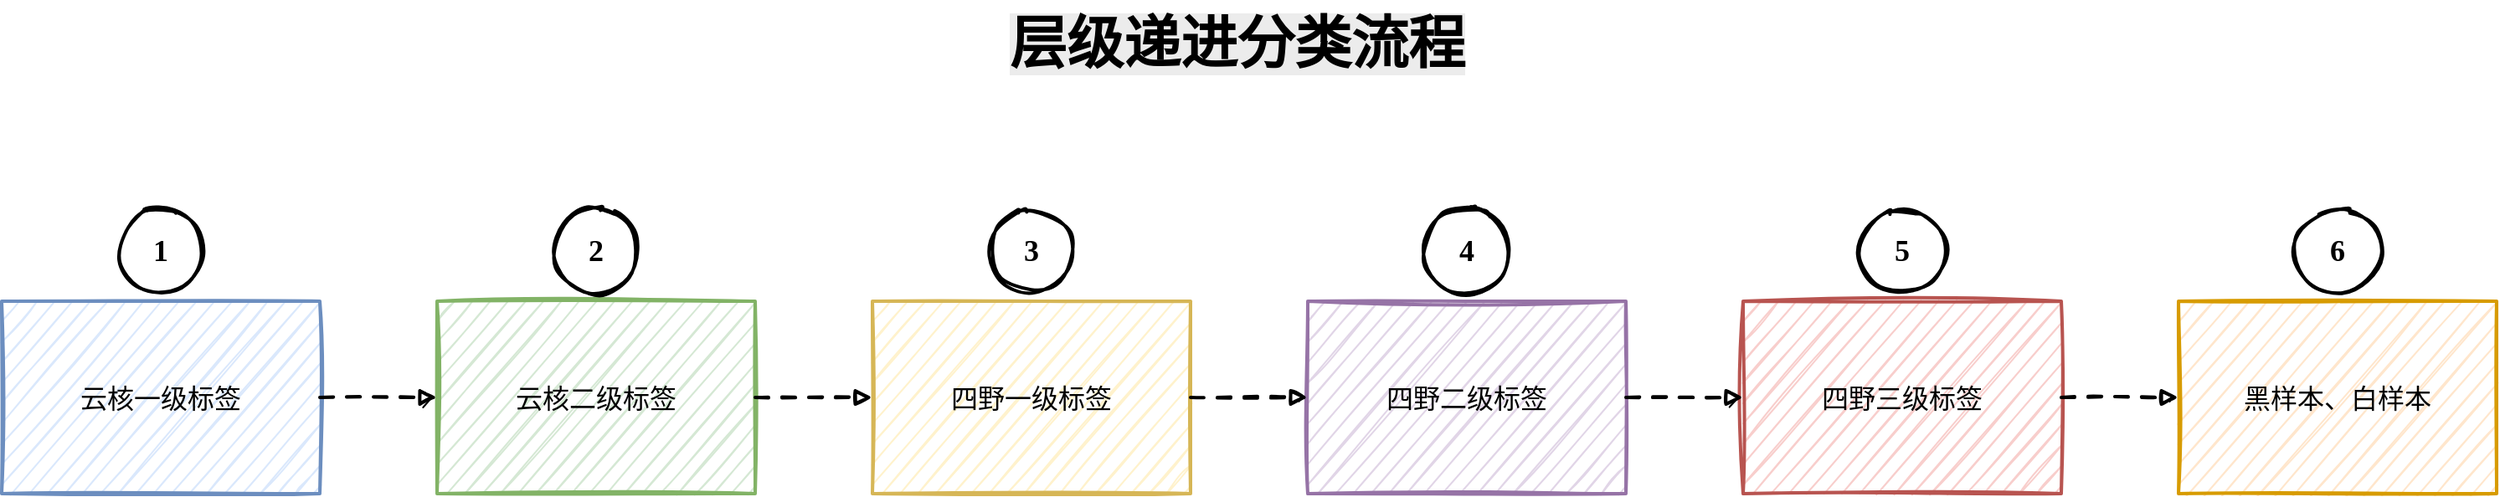
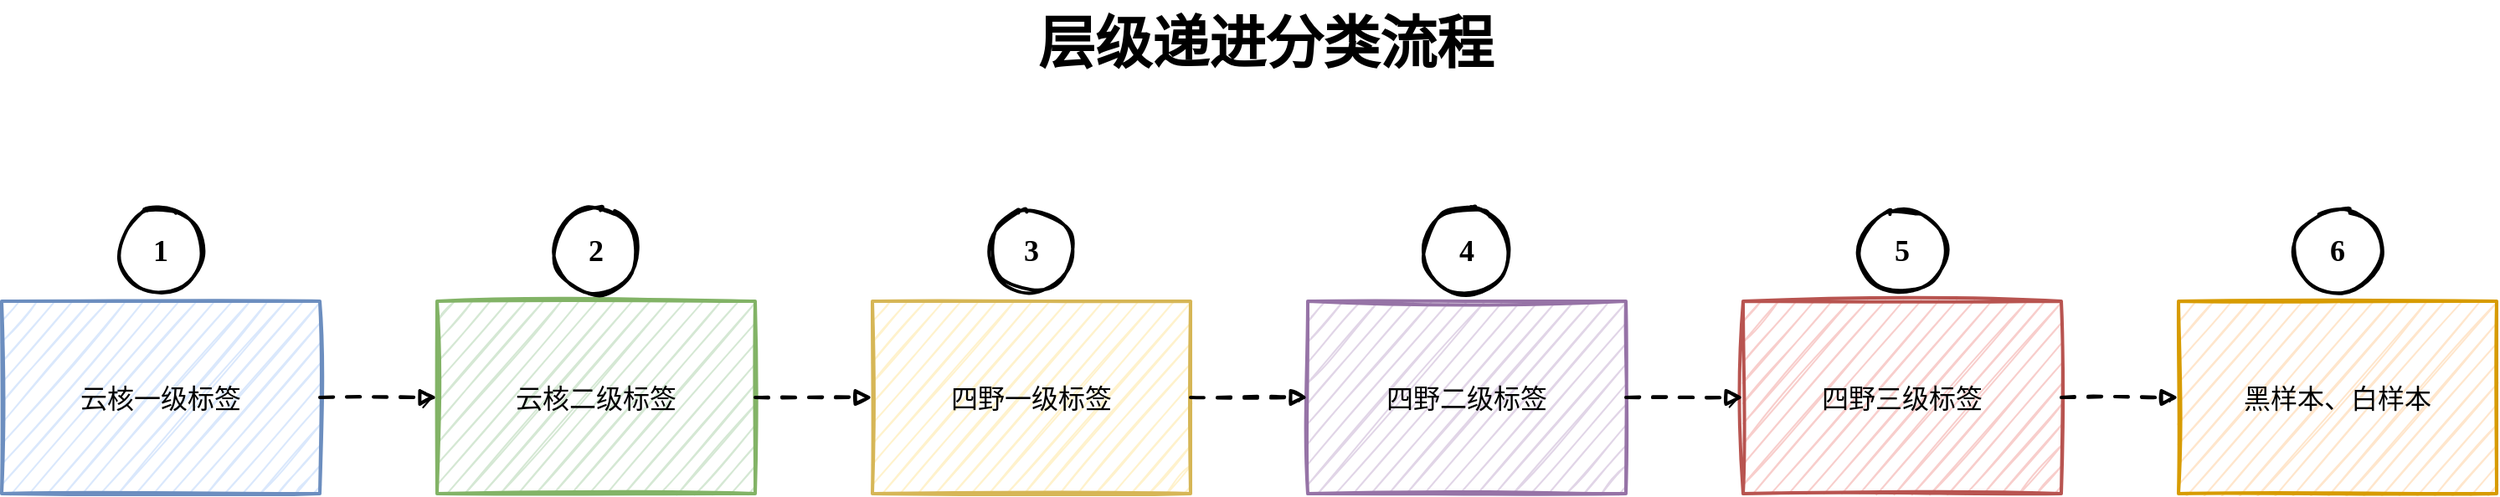
<mxfile host="app.diagrams.net">
  <diagram name="第 1 页" id="QIzxVucL1yeru6lfkATH">
    <mxGraphModel dx="2020" dy="1110" grid="1" gridSize="10" guides="1" tooltips="1" connect="1" arrows="1" fold="1" page="1" pageScale="1" pageWidth="827" pageHeight="1169" math="0" shadow="0">
      <root>
        <mxCell id="0" />
        <mxCell id="1" parent="0" />
        <mxCell id="owwa6cwXrQey1AcPrrQi-2" parent="1" style="rounded=0;whiteSpace=wrap;html=1;sketch=1;rough=1;fontFamily=Comic Sans MS;fontSize=16;spacing=8;strokeWidth=2;fillColor=#dae8fc;strokeColor=#6c8ebf;" value="云核一级标签" vertex="1">
          <mxGeometry height="115" width="190" x="340" y="340" as="geometry" />
        </mxCell>
        <mxCell id="owwa6cwXrQey1AcPrrQi-3" parent="1" style="ellipse;whiteSpace=wrap;html=1;sketch=1;rough=1;fillColor=#ffffff;strokeColor=#000000;fontFamily=Comic Sans MS;fontSize=18;fontStyle=1;strokeWidth=2;" value="1" vertex="1">
          <mxGeometry height="50" width="50" x="410" y="285" as="geometry" />
        </mxCell>
        <mxCell id="owwa6cwXrQey1AcPrrQi-5" parent="1" style="rounded=0;whiteSpace=wrap;html=1;sketch=1;rough=1;fontFamily=Comic Sans MS;fontSize=16;spacing=8;strokeWidth=2;fillColor=#d5e8d4;strokeColor=#82b366;" value="云核二级标签" vertex="1">
          <mxGeometry height="115" width="190" x="600" y="340" as="geometry" />
        </mxCell>
        <mxCell id="owwa6cwXrQey1AcPrrQi-6" parent="1" style="ellipse;whiteSpace=wrap;html=1;sketch=1;rough=1;fillColor=#ffffff;strokeColor=#000000;fontFamily=Comic Sans MS;fontSize=18;fontStyle=1;strokeWidth=2;" value="2" vertex="1">
          <mxGeometry height="50" width="50" x="670" y="285" as="geometry" />
        </mxCell>
        <mxCell id="owwa6cwXrQey1AcPrrQi-8" parent="1" style="rounded=0;whiteSpace=wrap;html=1;sketch=1;rough=1;fontFamily=Comic Sans MS;fontSize=16;spacing=8;strokeWidth=2;fillColor=#fff2cc;strokeColor=#d6b656;" value="四野一级标签" vertex="1">
          <mxGeometry height="115" width="190" x="860" y="340" as="geometry" />
        </mxCell>
        <mxCell id="owwa6cwXrQey1AcPrrQi-9" parent="1" style="ellipse;whiteSpace=wrap;html=1;sketch=1;rough=1;fillColor=#ffffff;strokeColor=#000000;fontFamily=Comic Sans MS;fontSize=18;fontStyle=1;strokeWidth=2;" value="3" vertex="1">
          <mxGeometry height="50" width="50" x="930" y="285" as="geometry" />
        </mxCell>
        <mxCell id="owwa6cwXrQey1AcPrrQi-11" parent="1" style="rounded=0;whiteSpace=wrap;html=1;sketch=1;rough=1;fontFamily=Comic Sans MS;fontSize=16;spacing=8;strokeWidth=2;fillColor=#e1d5e7;strokeColor=#9673a6;" value="四野二级标签" vertex="1">
          <mxGeometry height="115" width="190" x="1120" y="340" as="geometry" />
        </mxCell>
        <mxCell id="owwa6cwXrQey1AcPrrQi-12" parent="1" style="ellipse;whiteSpace=wrap;html=1;sketch=1;rough=1;fillColor=#ffffff;strokeColor=#000000;fontFamily=Comic Sans MS;fontSize=18;fontStyle=1;strokeWidth=2;" value="4" vertex="1">
          <mxGeometry height="50" width="50" x="1190" y="285" as="geometry" />
        </mxCell>
        <mxCell id="owwa6cwXrQey1AcPrrQi-14" parent="1" style="rounded=0;whiteSpace=wrap;html=1;sketch=1;rough=1;fontFamily=Comic Sans MS;fontSize=16;spacing=8;strokeWidth=2;fillColor=#f8cecc;strokeColor=#b85450;" value="四野三级标签" vertex="1">
          <mxGeometry height="115" width="190" x="1380" y="340" as="geometry" />
        </mxCell>
        <mxCell id="owwa6cwXrQey1AcPrrQi-15" parent="1" style="ellipse;whiteSpace=wrap;html=1;sketch=1;rough=1;fillColor=#ffffff;strokeColor=#000000;fontFamily=Comic Sans MS;fontSize=18;fontStyle=1;strokeWidth=2;" value="5" vertex="1">
          <mxGeometry height="50" width="50" x="1450" y="285" as="geometry" />
        </mxCell>
        <mxCell id="owwa6cwXrQey1AcPrrQi-17" parent="1" style="rounded=0;whiteSpace=wrap;html=1;sketch=1;rough=1;fontFamily=Comic Sans MS;fontSize=16;spacing=8;strokeWidth=2;fillColor=#ffe6cc;strokeColor=#d79b00;" value="黑样本、白样本" vertex="1">
          <mxGeometry height="115" width="190" x="1640" y="340" as="geometry" />
        </mxCell>
        <mxCell id="owwa6cwXrQey1AcPrrQi-18" parent="1" style="ellipse;whiteSpace=wrap;html=1;sketch=1;rough=1;fillColor=#ffffff;strokeColor=#000000;fontFamily=Comic Sans MS;fontSize=18;fontStyle=1;strokeWidth=2;" value="6" vertex="1">
          <mxGeometry height="50" width="50" x="1710" y="285" as="geometry" />
        </mxCell>
        <mxCell id="owwa6cwXrQey1AcPrrQi-20" edge="1" parent="1" source="owwa6cwXrQey1AcPrrQi-2" style="endArrow=block;html=1;rounded=0;sketch=1;rough=1;strokeColor=#000000;strokeWidth=2;dashed=1;dashPattern=4 4;entryX=0;entryY=0.5;entryDx=0;entryDy=0;" target="owwa6cwXrQey1AcPrrQi-5">
          <mxGeometry relative="1" as="geometry">
            <mxPoint x="435" y="455" as="sourcePoint" />
            <mxPoint x="435" y="525" as="targetPoint" />
          </mxGeometry>
        </mxCell>
        <mxCell id="owwa6cwXrQey1AcPrrQi-21" edge="1" parent="1" source="owwa6cwXrQey1AcPrrQi-5" style="endArrow=block;html=1;rounded=0;sketch=1;rough=1;strokeColor=#000000;strokeWidth=2;dashed=1;dashPattern=4 4;entryX=0;entryY=0.5;entryDx=0;entryDy=0;" target="owwa6cwXrQey1AcPrrQi-8">
          <mxGeometry relative="1" as="geometry">
            <mxPoint x="695" y="455" as="sourcePoint" />
            <mxPoint x="695" y="525" as="targetPoint" />
          </mxGeometry>
        </mxCell>
        <mxCell id="owwa6cwXrQey1AcPrrQi-22" edge="1" parent="1" source="owwa6cwXrQey1AcPrrQi-8" style="endArrow=block;html=1;rounded=0;sketch=1;rough=1;strokeColor=#000000;strokeWidth=2;dashed=1;dashPattern=4 4;entryX=0;entryY=0.5;entryDx=0;entryDy=0;" target="owwa6cwXrQey1AcPrrQi-11">
          <mxGeometry relative="1" as="geometry">
            <mxPoint x="955" y="455" as="sourcePoint" />
            <mxPoint x="954.9999999999995" y="525" as="targetPoint" />
          </mxGeometry>
        </mxCell>
        <mxCell id="owwa6cwXrQey1AcPrrQi-23" edge="1" parent="1" source="owwa6cwXrQey1AcPrrQi-11" style="endArrow=block;html=1;rounded=0;sketch=1;rough=1;strokeColor=#000000;strokeWidth=2;dashed=1;dashPattern=4 4;" target="owwa6cwXrQey1AcPrrQi-14">
          <mxGeometry relative="1" as="geometry">
            <mxPoint x="1215" y="455" as="sourcePoint" />
            <mxPoint x="1215" y="525" as="targetPoint" />
          </mxGeometry>
        </mxCell>
        <mxCell id="owwa6cwXrQey1AcPrrQi-24" edge="1" parent="1" source="owwa6cwXrQey1AcPrrQi-14" style="endArrow=block;html=1;rounded=0;sketch=1;rough=1;strokeColor=#000000;strokeWidth=2;dashed=1;dashPattern=4 4;entryX=0;entryY=0.5;entryDx=0;entryDy=0;" target="owwa6cwXrQey1AcPrrQi-17">
          <mxGeometry relative="1" as="geometry">
            <mxPoint x="1475" y="455" as="sourcePoint" />
            <mxPoint x="1475" y="525" as="targetPoint" />
          </mxGeometry>
        </mxCell>
-         <mxCell id="3mY6m-3xeI_cgaItluyr-1" parent="1" style="text;whiteSpace=wrap;html=1;" value="&lt;span style=&quot;color: rgb(0, 0, 0); font-family: &amp;quot;Comic Sans MS&amp;quot;; font-size: 34px; font-style: normal; font-variant-ligatures: normal; font-variant-caps: normal; font-weight: 700; letter-spacing: normal; orphans: 2; text-align: center; text-indent: 0px; text-transform: none; widows: 2; word-spacing: 0px; -webkit-text-stroke-width: 0px; white-space: normal; background-color: rgb(236, 236, 236); text-decoration-thickness: initial; text-decoration-style: initial; text-decoration-color: initial; display: inline !important; float: none;&quot;&gt;层级递进分类流程&lt;/span&gt;" vertex="1">
+         <mxCell id="3mY6m-3xeI_cgaItluyr-1" parent="1" style="text;whiteSpace=wrap;html=1;align=center;labelBackgroundColor=none;" value="&lt;span style=&quot;color: rgb(0, 0, 0); font-family: &amp;quot;Comic Sans MS&amp;quot;; font-size: 34px; font-style: normal; font-variant-ligatures: normal; font-variant-caps: normal; font-weight: 700; letter-spacing: normal; orphans: 2; text-indent: 0px; text-transform: none; widows: 2; word-spacing: 0px; -webkit-text-stroke-width: 0px; white-space: normal; text-decoration-thickness: initial; text-decoration-style: initial; text-decoration-color: initial; float: none; display: inline !important;&quot;&gt;层级递进分类流程&lt;/span&gt;" vertex="1">
          <mxGeometry height="60" width="310" x="940" y="160" as="geometry" />
        </mxCell>
      </root>
    </mxGraphModel>
  </diagram>
</mxfile>
